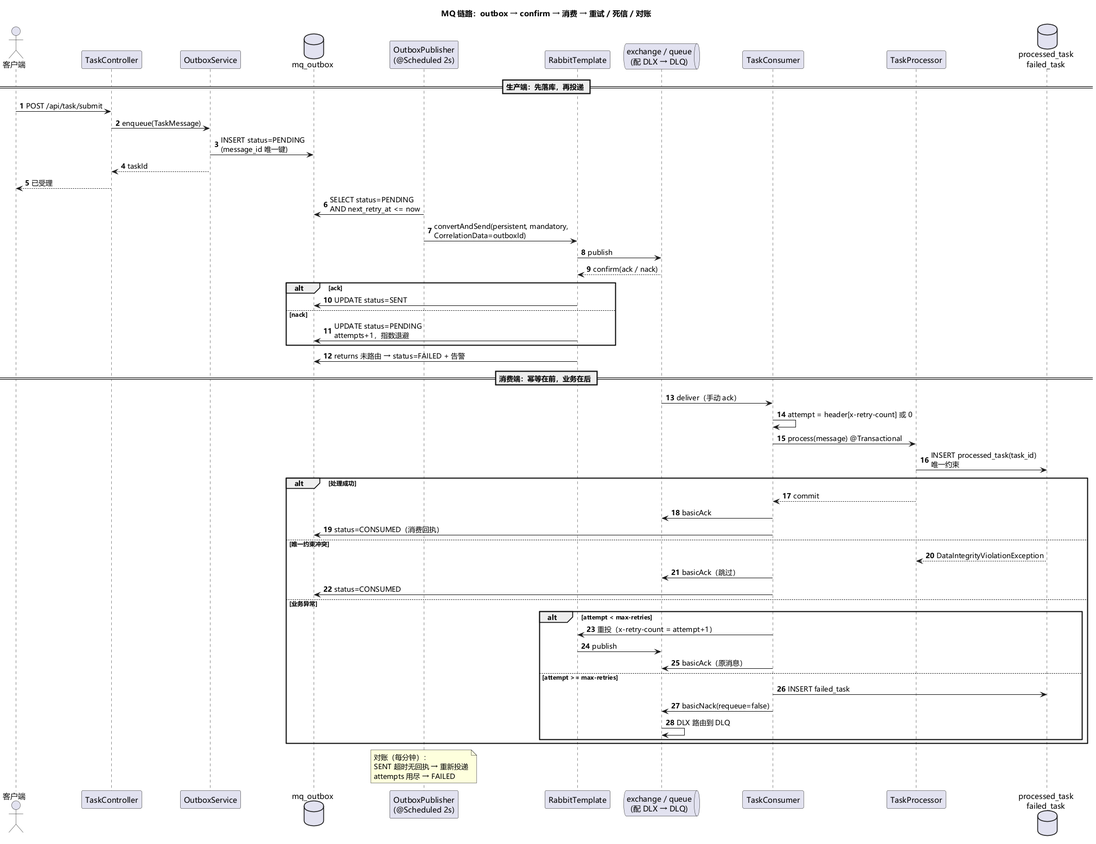
Before: docs/mq-sequence.png, a diagram exported from PlantUML (qkainan/maibao-technology-application).
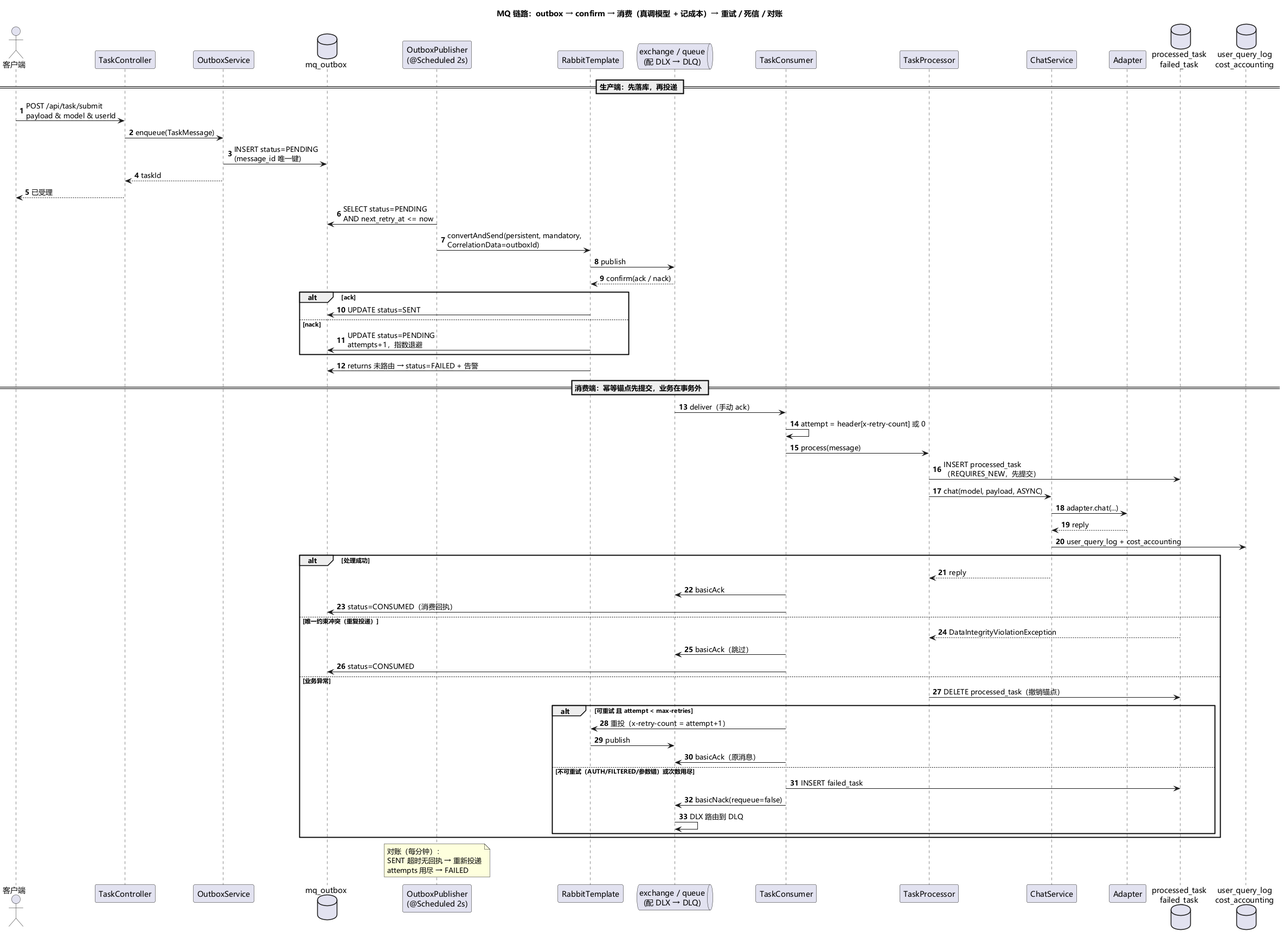
The same file after the commit.

What changed in the source:
```diff
@@ -1,5 +1,5 @@
 @startuml mq-sequence
-title MQ 链路：outbox → confirm → 消费 → 重试 / 死信 / 对账
+title MQ 链路：outbox → confirm → 消费（真调模型 + 记成本）→ 重试 / 死信 / 对账
 skinparam defaultFontName "Microsoft YaHei"
 skinparam shadowing false
 skinparam sequenceMessageAlign left
@@ -15,10 +15,13 @@
 queue "exchange / queue\n(配 DLX → DLQ)" as MQ
 participant "TaskConsumer" as CS
 participant "TaskProcessor" as TP
+participant "ChatService" as CHAT
+participant "Adapter" as AD
 database "processed_task\nfailed_task" as DB
+database "user_query_log\ncost_accounting" as USAGE
 
 == 生产端：先落库，再投递 ==
-客户端 -> TC : POST /api/task/submit
+客户端 -> TC : POST /api/task/submit\npayload & model & userId
 TC -> OS : enqueue(TaskMessage)
 OS -> OB : INSERT status=PENDING\n(message_id 唯一键)
 OS --> TC : taskId
@@ -35,25 +38,31 @@
 end
 RT -> OB : returns 未路由 → status=FAILED + 告警
 
-== 消费端：幂等在前，业务在后 ==
+== 消费端：幂等锚点先提交，业务在事务外 ==
 MQ -> CS : deliver（手动 ack）
 CS -> CS : attempt = header[x-retry-count] 或 0
-CS -> TP : process(message) @Transactional
-TP -> DB : INSERT processed_task(task_id)\n唯一约束
+CS -> TP : process(message)
+TP -> DB : INSERT processed_task\n（REQUIRES_NEW，先提交）
+TP -> CHAT : chat(model, payload, ASYNC)
+CHAT -> AD : adapter.chat(...)
+AD --> CHAT : reply
+CHAT -> USAGE : user_query_log + cost_accounting
+
 alt 处理成功
-  TP --> CS : commit
+  CHAT --> TP : reply
   CS -> MQ : basicAck
   CS -> OB : status=CONSUMED（消费回执）
-else 唯一约束冲突
+else 唯一约束冲突（重复投递）
   DB --> TP : DataIntegrityViolationException
   CS -> MQ : basicAck（跳过）
   CS -> OB : status=CONSUMED
 else 业务异常
-  alt attempt < max-retries
+  TP -> DB : DELETE processed_task（撤销锚点）
+  alt 可重试 且 attempt < max-retries
     CS -> RT : 重投（x-retry-count = attempt+1）
     RT -> MQ : publish
     CS -> MQ : basicAck（原消息）
-  else attempt >= max-retries
+  else 不可重试（AUTH/FILTERED/参数错）或次数用尽
     CS -> DB : INSERT failed_task
     CS -> MQ : basicNack(requeue=false)
     MQ -> MQ : DLX 路由到 DLQ
```
